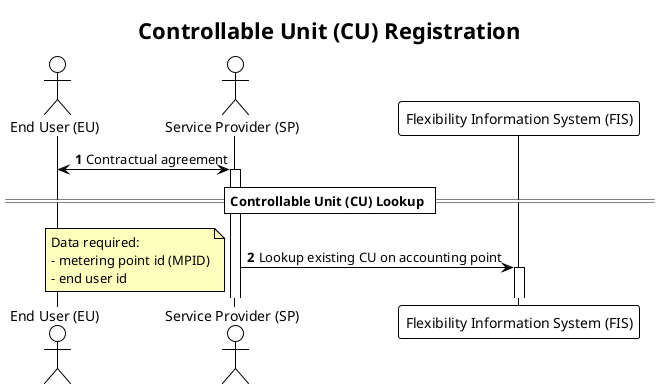
Before: docs/diagrams/controllable_unit_lookup.png, a diagram exported from PlantUML (elhub/flex-information-system). Its diagram source:
```plantuml
@startuml controllable_unit_lookup
!theme plain

title Controllable Unit (CU) Registration

autonumber
skinparam note {
    BackgroundColor #FFFFBD
}

actor "End User (EU)" AS EU
actor "Service Provider (SP)" as SP
participant "Flexibility Information System (FIS)" as FIS

EU <-> SP: Contractual agreement
activate SP

== Controllable Unit (CU) Lookup ==

SP -> FIS: Lookup existing CU on accounting point
note left
    Data required:
    - metering point id (MPID)
    - end user id
end note

activate FIS


@enduml
```
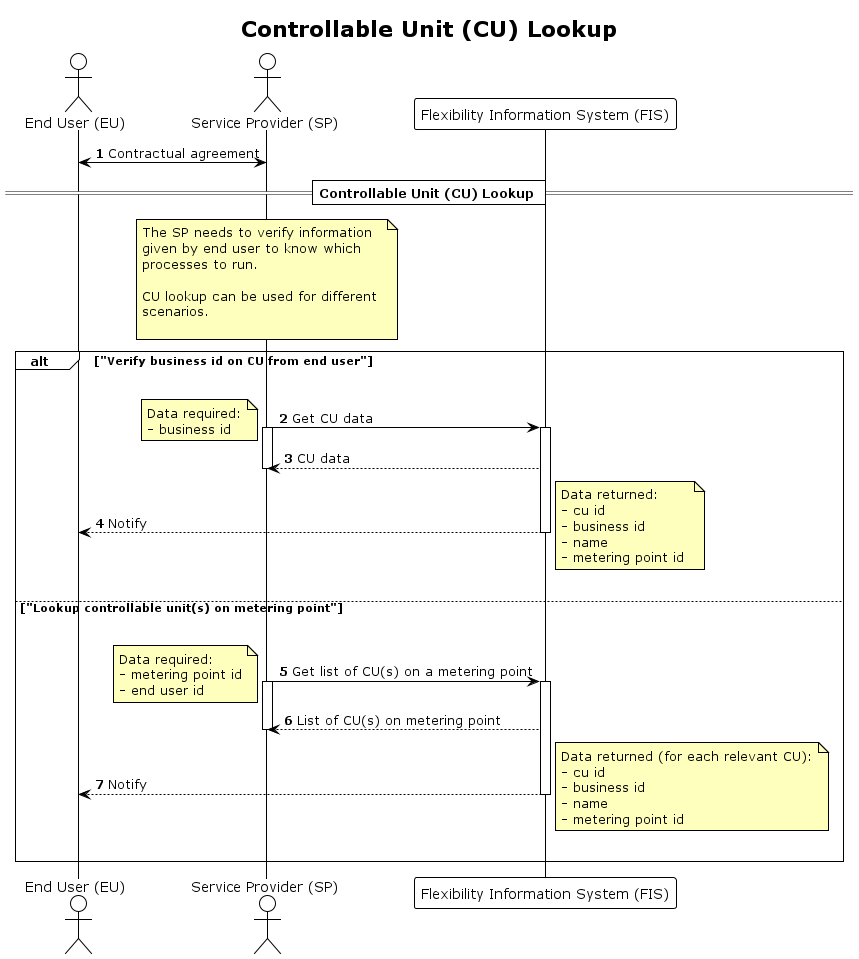
Later version of the same file.

Commit message:
Oppdatert CU Lookup og Switching

What changed in the source:
```diff
@@ -1,7 +1,7 @@
 @startuml controllable_unit_lookup
 !theme plain
 
-title Controllable Unit (CU) Registration
+title Controllable Unit (CU) Lookup
 
 autonumber
 skinparam note {
@@ -13,18 +13,69 @@
 participant "Flexibility Information System (FIS)" as FIS
 
 EU <-> SP: Contractual agreement
-activate SP
+
 
 == Controllable Unit (CU) Lookup ==
 
-SP -> FIS: Lookup existing CU on accounting point
-note left
-    Data required:
-    - metering point id (MPID)
-    - end user id
+Note over SP
+The SP needs to verify information
+given by end user to know which
+processes to run.
+
+CU lookup can be used for different
+scenarios.
+
 end note
 
-activate FIS
+alt "Verify business id on CU from end user"
+    |||
+    SP -> FIS: Get CU data
+    activate SP
+    note left
+        Data required:
+        - business id
+    end note
+    activate FIS
+    FIS --> SP: CU data
+    deactivate SP
+    FIS --> EU: Notify
+    deactivate FIS
+    |||
+
+    note right
+        Data returned:
+        - cu id
+        - business id
+        - name
+        - metering point id
+    end note
+
+else "Lookup controllable unit(s) on metering point"
+    |||
+    SP -> FIS: Get list of CU(s) on a metering point
+    note left
+        Data required:
+        - metering point id
+        - end user id
+    end note
+    activate FIS
+    activate SP
+    FIS --> SP: List of CU(s) on metering point
+    deactivate SP
+    FIS --> EU: Notify
+    deactivate FIS
+
+    |||
+    note right
+        Data returned (for each relevant CU):
+        - cu id
+        - business id
+        - name
+        - metering point id
+    end note
+
+end
+
 
 
 @enduml
```
